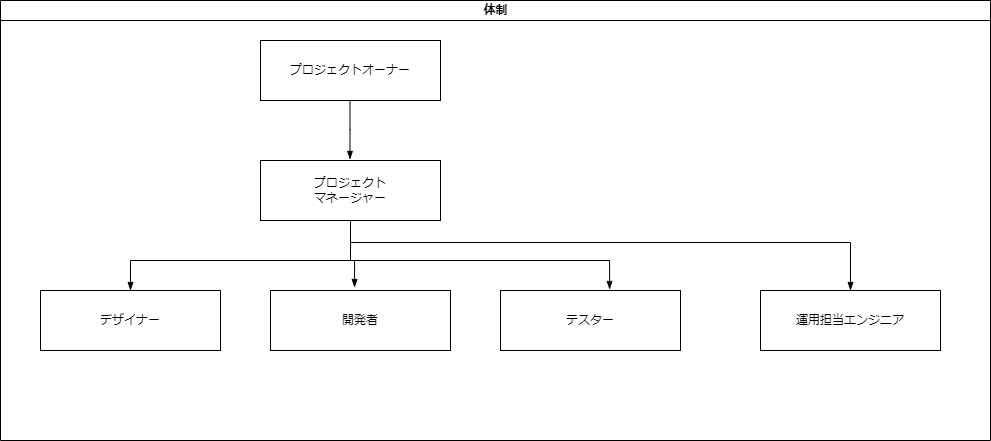
Earlier version of the draw.io export 体制.drawio.png (buyodo/webgis-doc). Source tidied: cells renumbered, new cells last; positions are measured from the earlier drawing's top-left corner, leaving out a move shared by most shapes.
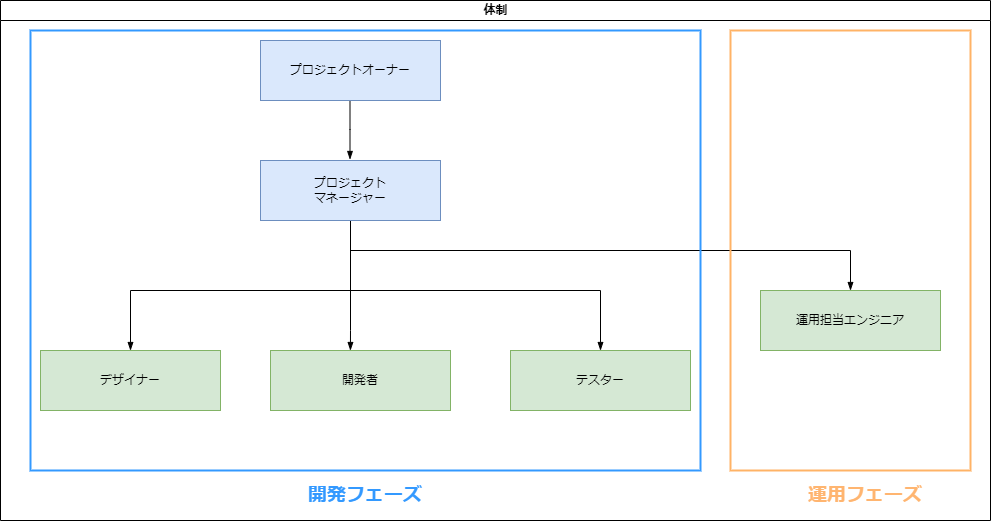
The same diagram one commit later.

Commit message:
体制.drawio.png を更新します

Change to the diagram source:
```diff
@@ -3,29 +3,33 @@
     <mxCell id="0" />
     <mxCell id="1" parent="0" />
     <mxCell id="2" value="体制" style="swimlane;html=1;startSize=20;horizontal=1;containerType=tree;glass=0;" parent="1" vertex="1">
-      <mxGeometry width="990" height="440" as="geometry" />
+      <mxGeometry width="990" height="520" as="geometry" />
     </mxCell>
     <mxCell id="3" style="endArrow=blockThin;endFill=1;fontSize=11;edgeStyle=elbowEdgeStyle;elbow=vertical;rounded=0;entryX=0.5;entryY=0;entryDx=0;entryDy=0;" parent="2" edge="1" target="10">
       <mxGeometry relative="1" as="geometry">
         <mxPoint x="350" y="220" as="sourcePoint" />
         <Array as="points">
+          <mxPoint x="290" y="290" />
           <mxPoint x="220" y="260" />
           <mxPoint x="150" y="380" />
         </Array>
       </mxGeometry>
     </mxCell>
-    <mxCell id="4" style="endArrow=blockThin;endFill=1;fontSize=11;edgeStyle=elbowEdgeStyle;elbow=vertical;rounded=0;exitX=0.5;exitY=1;exitDx=0;exitDy=0;entryX=0.467;entryY=-0.05;entryDx=0;entryDy=0;entryPerimeter=0;" parent="2" edge="1" source="9" target="11">
+    <mxCell id="4" style="endArrow=blockThin;endFill=1;fontSize=11;edgeStyle=elbowEdgeStyle;elbow=vertical;rounded=0;exitX=0.5;exitY=1;exitDx=0;exitDy=0;entryX=0.444;entryY=0;entryDx=0;entryDy=0;entryPerimeter=0;" parent="2" edge="1" source="9" target="11">
       <mxGeometry relative="1" as="geometry">
         <Array as="points">
+          <mxPoint x="350" y="330" />
+          <mxPoint x="350" y="310" />
           <mxPoint x="350" y="260" />
           <mxPoint x="310" y="250" />
         </Array>
       </mxGeometry>
     </mxCell>
-    <mxCell id="5" style="endArrow=blockThin;endFill=1;fontSize=11;edgeStyle=elbowEdgeStyle;elbow=vertical;rounded=0;exitX=0.5;exitY=1;exitDx=0;exitDy=0;entryX=0.606;entryY=-0.017;entryDx=0;entryDy=0;entryPerimeter=0;" parent="2" edge="1" source="9" target="12">
+    <mxCell id="5" style="endArrow=blockThin;endFill=1;fontSize=11;edgeStyle=elbowEdgeStyle;elbow=vertical;rounded=0;exitX=0.5;exitY=1;exitDx=0;exitDy=0;entryX=0.5;entryY=0;entryDx=0;entryDy=0;" parent="2" edge="1" source="9" target="12">
       <mxGeometry relative="1" as="geometry">
         <Array as="points">
-          <mxPoint x="500" y="260" />
+          <mxPoint x="450" y="290" />
+          <mxPoint x="470" y="280" />
         </Array>
       </mxGeometry>
     </mxCell>
@@ -39,27 +43,40 @@
       <mxGeometry relative="1" as="geometry">
         <mxPoint x="350" y="230" as="sourcePoint" />
         <Array as="points">
+          <mxPoint x="460" y="250" />
           <mxPoint x="620" y="242" />
         </Array>
       </mxGeometry>
     </mxCell>
-    <mxCell id="8" value="プロジェクトオーナー" style="rounded=0;whiteSpace=wrap;html=1;" parent="2" vertex="1">
+    <mxCell id="8" value="プロジェクトオーナー" style="rounded=0;whiteSpace=wrap;html=1;fillColor=#dae8fc;strokeColor=#6c8ebf;" parent="2" vertex="1">
       <mxGeometry x="260" y="40" width="180" height="60" as="geometry" />
     </mxCell>
-    <mxCell id="9" value="プロジェクト&lt;br&gt;マネージャー" style="rounded=0;whiteSpace=wrap;html=1;" parent="2" vertex="1">
+    <mxCell id="9" value="プロジェクト&lt;br&gt;マネージャー" style="rounded=0;whiteSpace=wrap;html=1;fillColor=#dae8fc;strokeColor=#6c8ebf;" parent="2" vertex="1">
       <mxGeometry x="260" y="160" width="180" height="60" as="geometry" />
     </mxCell>
-    <mxCell id="10" value="デザイナー" style="rounded=0;whiteSpace=wrap;html=1;" parent="2" vertex="1">
-      <mxGeometry x="40" y="290" width="180" height="60" as="geometry" />
+    <mxCell id="10" value="デザイナー" style="rounded=0;whiteSpace=wrap;html=1;fillColor=#d5e8d4;strokeColor=#82b366;" parent="2" vertex="1">
+      <mxGeometry x="40" y="350" width="180" height="60" as="geometry" />
     </mxCell>
-    <mxCell id="11" value="開発者" style="rounded=0;whiteSpace=wrap;html=1;" parent="2" vertex="1">
-      <mxGeometry x="270" y="290" width="180" height="60" as="geometry" />
+    <mxCell id="11" value="開発者" style="rounded=0;whiteSpace=wrap;html=1;fillColor=#d5e8d4;strokeColor=#82b366;" parent="2" vertex="1">
+      <mxGeometry x="270" y="350" width="180" height="60" as="geometry" />
     </mxCell>
-    <mxCell id="12" value="テスター" style="rounded=0;whiteSpace=wrap;html=1;" parent="2" vertex="1">
-      <mxGeometry x="500" y="290" width="180" height="60" as="geometry" />
+    <mxCell id="12" value="テスター" style="rounded=0;whiteSpace=wrap;html=1;fillColor=#d5e8d4;strokeColor=#82b366;" parent="2" vertex="1">
+      <mxGeometry x="510" y="350" width="180" height="60" as="geometry" />
     </mxCell>
-    <mxCell id="13" value="運用担当エンジニア" style="rounded=0;whiteSpace=wrap;html=1;" parent="2" vertex="1">
+    <mxCell id="13" value="運用担当エンジニア" style="rounded=0;whiteSpace=wrap;html=1;fillColor=#d5e8d4;strokeColor=#82b366;" parent="2" vertex="1">
       <mxGeometry x="760" y="290" width="180" height="60" as="geometry" />
     </mxCell>
+    <mxCell id="14" style="rounded=0;whiteSpace=wrap;html=1;fillColor=none;strokeColor=#3399FF;strokeWidth=2;" parent="2" vertex="1">
+      <mxGeometry x="30" y="30" width="670" height="440" as="geometry" />
+    </mxCell>
+    <mxCell id="15" style="rounded=0;whiteSpace=wrap;html=1;strokeColor=#FFB366;strokeWidth=2;fillColor=none;" parent="2" vertex="1">
+      <mxGeometry x="730" y="30" width="240" height="440" as="geometry" />
+    </mxCell>
+    <mxCell id="16" value="開発フェーズ" style="text;html=1;strokeColor=none;fillColor=none;align=center;verticalAlign=middle;whiteSpace=wrap;rounded=0;strokeWidth=2;fontSize=19;fontStyle=1;fontColor=#3399FF;" parent="2" vertex="1">
+      <mxGeometry x="270" y="480" width="190" height="30" as="geometry" />
+    </mxCell>
+    <mxCell id="17" value="運用フェーズ" style="text;html=1;strokeColor=none;fillColor=none;align=center;verticalAlign=middle;whiteSpace=wrap;rounded=0;strokeWidth=2;fontSize=19;fontStyle=1;fontColor=#FFB570;" parent="2" vertex="1">
+      <mxGeometry x="770" y="480" width="190" height="30" as="geometry" />
+    </mxCell>
   </root>
 </mxGraphModel>
```
